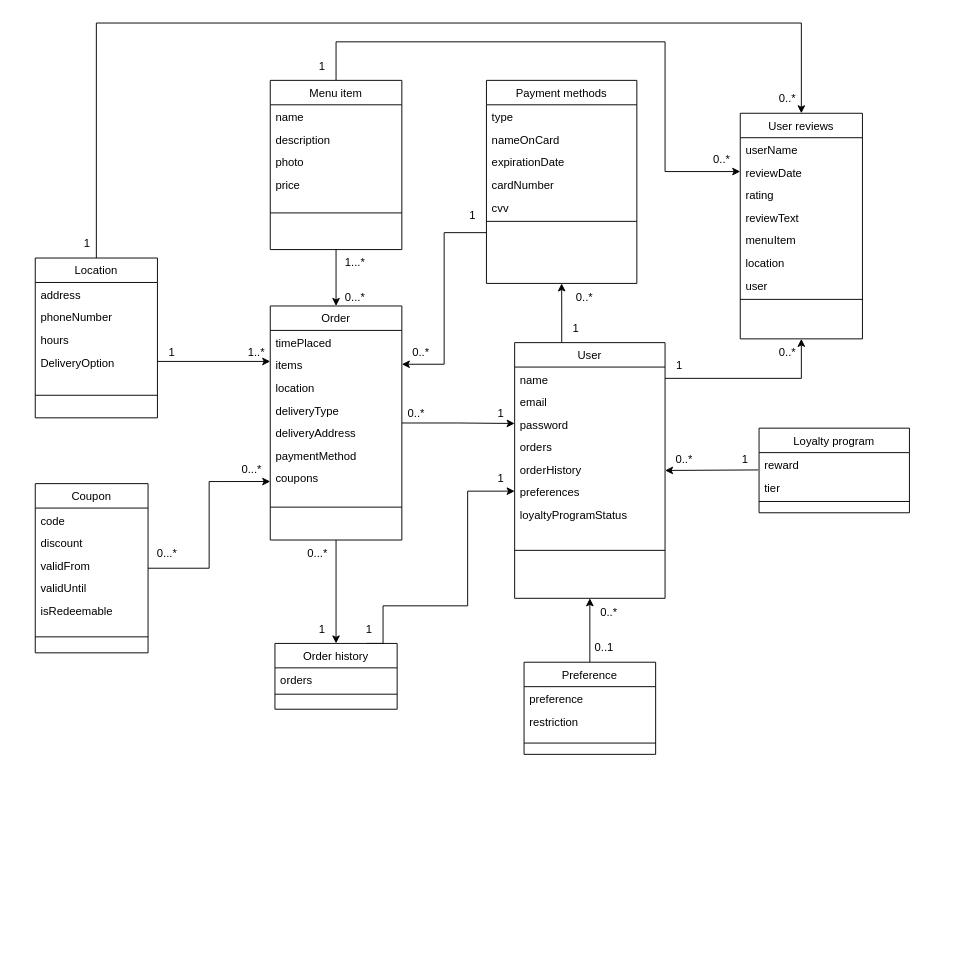
This is HLFood-entity.drawio from MaiNhatHoangY2001/HLFood, a draw.io file, before an edit. Source tidied: cells renumbered, new cells numbered last; positions are measured from the earlier drawing's top-left corner, leaving out a move shared by most shapes. Both pictures are drawn from the tidied source at 94%, with x=0, y=0 at pixel (35, 23).
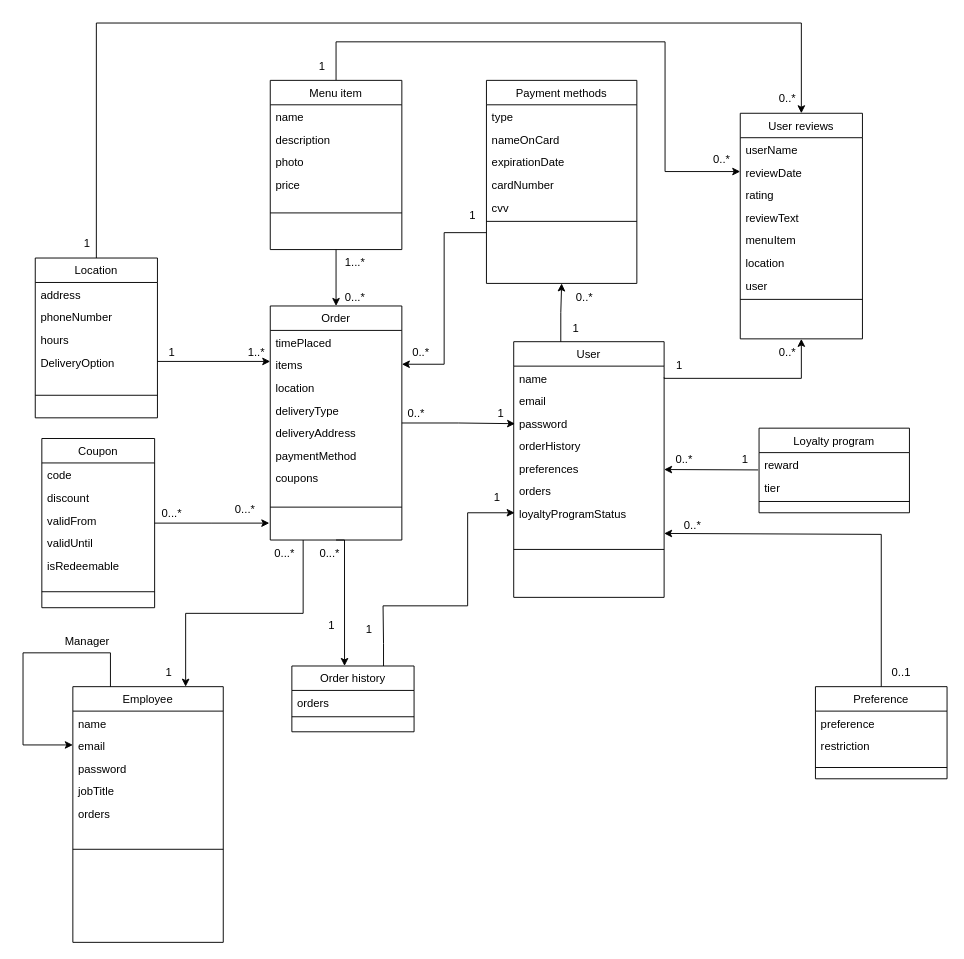
The same page after the edit.

The change refers to these unchanged cells:
```xml
<mxCell id="18" value="Order" style="swimlane;fontStyle=0;align=center;verticalAlign=top;horizontal=1;startSize=26;rounded=0;shadow=0;strokeWidth=1;" parent="1" vertex="1">
  <mxGeometry x="250" y="301" width="140" height="249" as="geometry" />
</mxCell>
<mxCell id="31" value="password" style="text;align=left;verticalAlign=top;spacingLeft=4;spacingRight=4;overflow=hidden;points=[[0,0.5],[1,0.5]];portConstraint=eastwest;rounded=0;shadow=0;html=0;" parent="28" vertex="1">
  <mxGeometry y="74" width="160" height="24" as="geometry" />
</mxCell>
<mxCell id="81" value="1" style="text;html=1;align=center;verticalAlign=middle;points=[];strokeColor=none;fillColor=none;" parent="1" vertex="1">
  <mxGeometry x="480" y="401" width="30" height="30" as="geometry" />
</mxCell>
```

The edit, as a diff of the source:
```diff
@@
-    <mxCell id="17" style="edgeStyle=orthogonalEdgeStyle;rounded=0;jettySize=auto;html=1;exitX=0.5;exitY=1;exitDx=0;exitDy=0;entryX=0.5;entryY=0;entryDx=0;entryDy=0;" parent="1" edge="1" source="18" target="63">
-      <mxGeometry relative="1" as="geometry" />
+    <mxCell id="17" style="edgeStyle=orthogonalEdgeStyle;rounded=0;jettySize=auto;html=1;exitX=0.5;exitY=1;exitDx=0;exitDy=0;entryX=0.431;entryY=0;entryDx=0;entryDy=0;entryPerimeter=0;" parent="1" edge="1" source="18" target="63">
+      <mxGeometry relative="1" as="geometry">
+        <Array as="points">
+          <mxPoint x="329" y="550" />
+        </Array>
+      </mxGeometry>
     </mxCell>
+    <mxCell id="105" style="edgeStyle=orthogonalEdgeStyle;rounded=0;jettySize=auto;html=1;exitX=0.25;exitY=1;exitDx=0;exitDy=0;entryX=0.75;entryY=0;entryDx=0;entryDy=0;endArrow=classic;endFill=1;" parent="1" edge="1" source="18" target="106">
+      <mxGeometry relative="1" as="geometry" />
+    </mxCell>
@@
     <mxCell id="28" value="User" style="swimlane;fontStyle=0;align=center;verticalAlign=top;horizontal=1;startSize=26;rounded=0;shadow=0;strokeWidth=1;" parent="1" vertex="1">
-      <mxGeometry x="510" y="340" width="160" height="272" as="geometry" />
+      <mxGeometry x="509" y="339" width="160" height="272" as="geometry" />
     </mxCell>
@@
-    <mxCell id="32" value="orders" style="text;align=left;verticalAlign=top;spacingLeft=4;spacingRight=4;overflow=hidden;rounded=0;shadow=0;html=0;" parent="28" vertex="1">
-      <mxGeometry y="98" width="160" height="24" as="geometry" />
-    </mxCell>
     <mxCell id="33" value="orderHistory" style="text;align=left;verticalAlign=top;spacingLeft=4;spacingRight=4;overflow=hidden;rounded=0;shadow=0;html=0;" parent="28" vertex="1">
-      <mxGeometry y="122" width="160" height="24" as="geometry" />
+      <mxGeometry y="98" width="160" height="24" as="geometry" />
     </mxCell>
     <mxCell id="34" value="preferences" style="text;align=left;verticalAlign=top;spacingLeft=4;spacingRight=4;overflow=hidden;points=[[0,0.5],[1,0.5]];portConstraint=eastwest;rounded=0;shadow=0;html=0;" parent="28" vertex="1">
-      <mxGeometry y="146" width="160" height="24" as="geometry" />
+      <mxGeometry y="122" width="160" height="24" as="geometry" />
     </mxCell>
+    <mxCell id="32" value="orders" style="text;align=left;verticalAlign=top;spacingLeft=4;spacingRight=4;overflow=hidden;rounded=0;shadow=0;html=0;" parent="28" vertex="1">
+      <mxGeometry y="146" width="160" height="24" as="geometry" />
+    </mxCell>
@@
-    <mxCell id="37" style="edgeStyle=orthogonalEdgeStyle;rounded=0;jettySize=auto;html=1;exitX=1;exitY=0.5;exitDx=0;exitDy=0;entryX=0;entryY=0.75;entryDx=0;entryDy=0;" parent="1" edge="1" source="38" target="18">
-      <mxGeometry relative="1" as="geometry" />
+    <mxCell id="37" style="edgeStyle=orthogonalEdgeStyle;rounded=0;jettySize=auto;html=1;exitX=1;exitY=0.5;exitDx=0;exitDy=0;" parent="1" edge="1" source="38">
+      <mxGeometry relative="1" as="geometry">
+        <mxPoint x="249" y="532" as="targetPoint" />
+      </mxGeometry>
     </mxCell>
     <mxCell id="38" value="Coupon" style="swimlane;fontStyle=0;align=center;verticalAlign=top;horizontal=1;startSize=26;rounded=0;shadow=0;strokeWidth=1;" parent="1" vertex="1">
-      <mxGeometry y="490" width="120" height="180" as="geometry" />
+      <mxGeometry x="7" y="442" width="120" height="180" as="geometry" />
     </mxCell>
@@
-    <mxCell id="45" style="edgeStyle=orthogonalEdgeStyle;rounded=0;jettySize=auto;html=1;exitX=0.5;exitY=0;exitDx=0;exitDy=0;entryX=0.5;entryY=1;entryDx=0;entryDy=0;" parent="1" edge="1" source="46" target="28">
+    <mxCell id="45" style="edgeStyle=orthogonalEdgeStyle;rounded=0;jettySize=auto;html=1;exitX=0.5;exitY=0;exitDx=0;exitDy=0;entryX=1;entryY=0.75;entryDx=0;entryDy=0;" parent="1" edge="1" source="46" target="28">
       <mxGeometry relative="1" as="geometry">
         <Array as="points">
-          <mxPoint x="590" y="670" />
+          <mxPoint x="900" y="544" />
         </Array>
       </mxGeometry>
     </mxCell>
     <mxCell id="46" value="Preference" style="swimlane;fontStyle=0;align=center;verticalAlign=top;horizontal=1;startSize=26;rounded=0;shadow=0;strokeWidth=1;" parent="1" vertex="1">
-      <mxGeometry x="520" y="680" width="140" height="98" as="geometry" />
+      <mxGeometry x="830" y="706" width="140" height="98" as="geometry" />
     </mxCell>
@@
-    <mxCell id="62" style="edgeStyle=orthogonalEdgeStyle;rounded=0;jettySize=auto;html=1;exitX=0.75;exitY=0;exitDx=0;exitDy=0;entryX=0;entryY=0.5;entryDx=0;entryDy=0;" parent="1" edge="1" source="63" target="34">
+    <mxCell id="62" style="edgeStyle=orthogonalEdgeStyle;rounded=0;jettySize=auto;html=1;exitX=0.75;exitY=0;exitDx=0;exitDy=0;" parent="1" edge="1" source="63">
       <mxGeometry relative="1" as="geometry">
+        <mxPoint x="510" y="521" as="targetPoint" />
         <Array as="points">
           <mxPoint x="370" y="660" />
           <mxPoint x="370" y="620" />
           <mxPoint x="460" y="620" />
-          <mxPoint x="460" y="498" />
+          <mxPoint x="460" y="521" />
         </Array>
       </mxGeometry>
     </mxCell>
     <mxCell id="63" value="Order history" style="swimlane;fontStyle=0;align=center;verticalAlign=top;horizontal=1;startSize=26;rounded=0;shadow=0;strokeWidth=1;" parent="1" vertex="1">
-      <mxGeometry x="255" y="660" width="130" height="70" as="geometry" />
+      <mxGeometry x="273" y="684" width="130" height="70" as="geometry" />
     </mxCell>
@@
-    <mxCell id="75" style="edgeStyle=orthogonalEdgeStyle;rounded=0;jettySize=auto;html=1;exitX=1;exitY=0.5;exitDx=0;exitDy=0;entryX=0;entryY=0.5;entryDx=0;entryDy=0;" parent="1" edge="1" source="18" target="31">
+    <mxCell id="75" style="edgeStyle=orthogonalEdgeStyle;rounded=0;jettySize=auto;html=1;exitX=1;exitY=0.5;exitDx=0;exitDy=0;entryX=1.015;entryY=0.841;entryDx=0;entryDy=0;entryPerimeter=0;endArrow=classic;endFill=1;" parent="1" edge="1" source="18" target="81">
       <mxGeometry relative="1" as="geometry">
         <Array as="points">
-          <mxPoint x="450" y="426" />
+          <mxPoint x="450" y="425" />
         </Array>
       </mxGeometry>
     </mxCell>
@@
     <mxCell id="93" value="0..1" style="text;html=1;align=center;verticalAlign=middle;strokeColor=none;fillColor=none;" parent="1" vertex="1">
-      <mxGeometry x="585" y="650" width="40" height="30" as="geometry" />
+      <mxGeometry x="901" y="676" width="40" height="30" as="geometry" />
     </mxCell>
     <mxCell id="94" value="0..*" style="text;html=1;align=center;verticalAlign=middle;strokeColor=none;fillColor=none;" parent="1" vertex="1">
-      <mxGeometry x="590" y="612" width="40" height="30" as="geometry" />
+      <mxGeometry x="679" y="520" width="40" height="30" as="geometry" />
     </mxCell>
     <mxCell id="95" value="0...*" style="text;html=1;align=center;verticalAlign=middle;strokeColor=none;fillColor=none;" parent="1" vertex="1">
-      <mxGeometry x="210" y="460" width="40" height="30" as="geometry" />
+      <mxGeometry x="203" y="503" width="40" height="30" as="geometry" />
     </mxCell>
     <mxCell id="96" value="0...*" style="text;html=1;align=center;verticalAlign=middle;strokeColor=none;fillColor=none;" parent="1" vertex="1">
-      <mxGeometry x="120" y="550" width="40" height="30" as="geometry" />
+      <mxGeometry x="125" y="507" width="40" height="30" as="geometry" />
     </mxCell>
     <mxCell id="97" value="1" style="text;html=1;align=center;verticalAlign=middle;strokeColor=none;fillColor=none;" parent="1" vertex="1">
-      <mxGeometry x="290" y="630" width="30" height="30" as="geometry" />
+      <mxGeometry x="300" y="626" width="30" height="30" as="geometry" />
     </mxCell>
     <mxCell id="98" value="0...*" style="text;html=1;align=center;verticalAlign=middle;strokeColor=none;fillColor=none;" parent="1" vertex="1">
-      <mxGeometry x="280" y="550" width="40" height="30" as="geometry" />
+      <mxGeometry x="293" y="550" width="40" height="30" as="geometry" />
     </mxCell>
@@
     <mxCell id="104" value="1" style="text;html=1;align=center;verticalAlign=middle;strokeColor=none;fillColor=none;" parent="1" vertex="1">
-      <mxGeometry x="480" y="470" width="30" height="30" as="geometry" />
+      <mxGeometry x="476" y="490" width="30" height="30" as="geometry" />
     </mxCell>
+    <mxCell id="106" value="Employee&#10;" style="swimlane;fontStyle=0;align=center;verticalAlign=top;horizontal=1;startSize=26;rounded=0;shadow=0;strokeWidth=1;" parent="1" vertex="1">
+      <mxGeometry x="40" y="706" width="160" height="272" as="geometry" />
+    </mxCell>
+    <mxCell id="107" value="name" style="text;align=left;verticalAlign=top;spacingLeft=4;spacingRight=4;overflow=hidden;rounded=0;shadow=0;html=0;" parent="106" vertex="1">
+      <mxGeometry y="26" width="160" height="24" as="geometry" />
+    </mxCell>
+    <mxCell id="108" value="email" style="text;align=left;verticalAlign=top;spacingLeft=4;spacingRight=4;overflow=hidden;points=[[0,0.5],[1,0.5]];portConstraint=eastwest;rounded=0;shadow=0;html=0;" parent="106" vertex="1">
+      <mxGeometry y="50" width="160" height="24" as="geometry" />
+    </mxCell>
+    <mxCell id="109" value="password" style="text;align=left;verticalAlign=top;spacingLeft=4;spacingRight=4;overflow=hidden;rounded=0;shadow=0;html=0;" parent="106" vertex="1">
+      <mxGeometry y="74" width="160" height="24" as="geometry" />
+    </mxCell>
+    <mxCell id="110" value="jobTitle" style="text;align=left;verticalAlign=top;spacingLeft=4;spacingRight=4;overflow=hidden;rounded=0;shadow=0;html=0;" parent="106" vertex="1">
+      <mxGeometry y="98" width="160" height="24" as="geometry" />
+    </mxCell>
+    <mxCell id="111" value="orders" style="text;align=left;verticalAlign=top;spacingLeft=4;spacingRight=4;overflow=hidden;rounded=0;shadow=0;html=0;" parent="106" vertex="1">
+      <mxGeometry y="122" width="160" height="24" as="geometry" />
+    </mxCell>
+    <mxCell id="112" style="line;html=1;strokeWidth=1;align=left;verticalAlign=middle;spacingTop=-1;spacingLeft=3;spacingRight=3;labelPosition=right;" parent="106" vertex="1">
+      <mxGeometry y="146" width="160" height="54" as="geometry" />
+    </mxCell>
+    <mxCell id="113" style="edgeStyle=orthogonalEdgeStyle;rounded=0;jettySize=auto;html=1;exitX=0.25;exitY=0;exitDx=0;exitDy=0;entryX=0;entryY=0.5;entryDx=0;entryDy=0;endArrow=classic;endFill=1;" parent="106" edge="1" source="106" target="108">
+      <mxGeometry relative="1" as="geometry">
+        <Array as="points">
+          <mxPoint x="40" y="-36" />
+          <mxPoint x="-53" y="-36" />
+          <mxPoint x="-53" y="62" />
+        </Array>
+      </mxGeometry>
+    </mxCell>
+    <mxCell id="114" value="Manager" style="text;html=1;align=center;verticalAlign=middle;strokeColor=none;fillColor=none;" parent="1" vertex="1">
+      <mxGeometry x="22.5" y="645" width="65" height="26" as="geometry" />
+    </mxCell>
+    <mxCell id="115" value="0...*" style="text;html=1;align=center;verticalAlign=middle;strokeColor=none;fillColor=none;" parent="1" vertex="1">
+      <mxGeometry x="245" y="550" width="40" height="30" as="geometry" />
+    </mxCell>
+    <mxCell id="116" value="1" style="text;html=1;align=center;verticalAlign=middle;strokeColor=none;fillColor=none;" parent="1" vertex="1">
+      <mxGeometry x="127" y="676" width="30" height="30" as="geometry" />
+    </mxCell>
```
